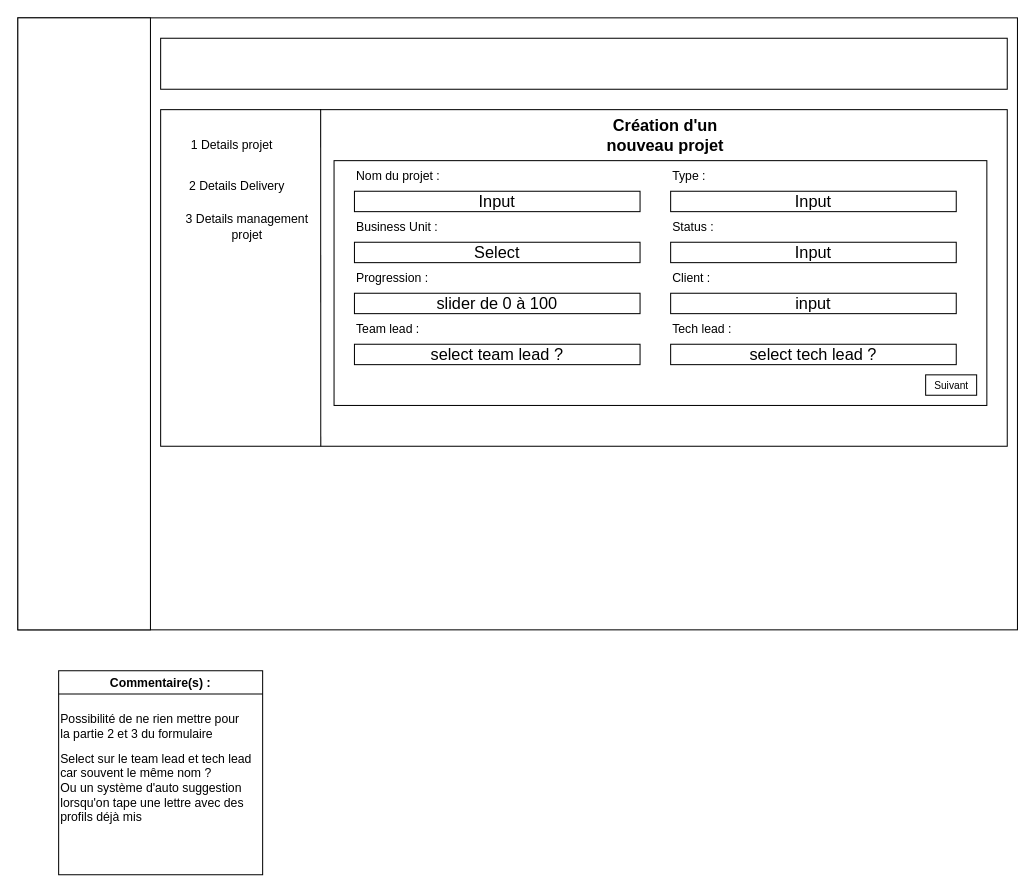
Xurama/Test keeps this draw.io diagram as page "Ajout gestion projet form page 1" (6 of 7) of Untitled Diagram.drawio. Above is the earlier version. Source tidied: cells renumbered, new cells numbered last; positions are measured from the earlier drawing's top-left corner, leaving out a move shared by most shapes. Both pictures are drawn from the tidied source at 102%, with x=0, y=0 at pixel (17, 17).
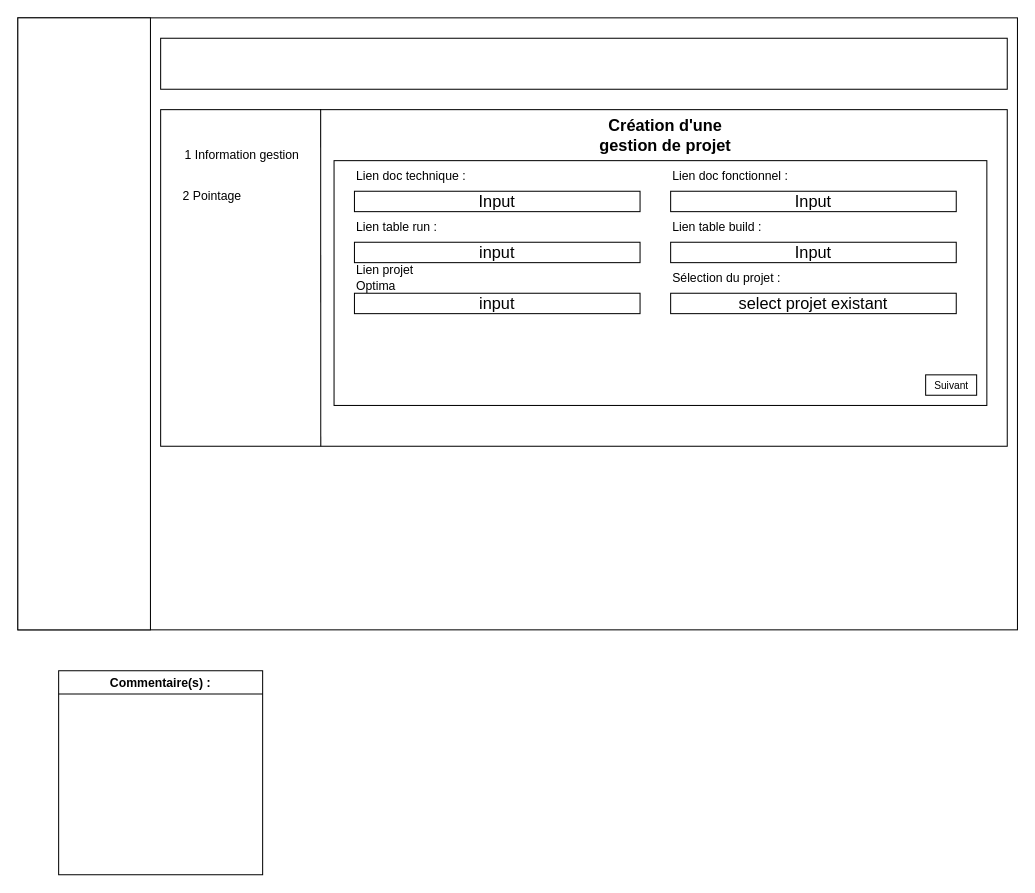
The same diagram, later.

The change refers to these unchanged cells:
```xml
<mxCell id="25" value="Commentaire(s) :" style="swimlane;fontSize=12;" parent="1" vertex="1">
  <mxGeometry x="40" y="640" width="200" height="200" as="geometry" />
</mxCell>
```

What changed in the source:
```diff
@@
-    <mxCell id="7" value="1 Details projet" style="text;html=1;strokeColor=none;fillColor=none;align=center;verticalAlign=middle;whiteSpace=wrap;rounded=0;" parent="1" vertex="1">
-      <mxGeometry x="150" y="110" width="120" height="30" as="geometry" />
+    <mxCell id="7" value="1 Information gestion" style="text;html=1;strokeColor=none;fillColor=none;align=center;verticalAlign=middle;whiteSpace=wrap;rounded=0;" parent="1" vertex="1">
+      <mxGeometry x="160" y="120" width="120" height="30" as="geometry" />
     </mxCell>
-    <mxCell id="8" value="2 Details Delivery" style="text;html=1;strokeColor=none;fillColor=none;align=center;verticalAlign=middle;whiteSpace=wrap;rounded=0;" parent="1" vertex="1">
-      <mxGeometry x="160" y="150" width="110" height="30" as="geometry" />
+    <mxCell id="8" value="2 Pointage" style="text;html=1;strokeColor=none;fillColor=none;align=left;verticalAlign=middle;whiteSpace=wrap;rounded=0;" parent="1" vertex="1">
+      <mxGeometry x="160" y="160" width="110" height="30" as="geometry" />
     </mxCell>
-    <mxCell id="9" value="3 Details management projet" style="text;html=1;strokeColor=none;fillColor=none;align=center;verticalAlign=middle;whiteSpace=wrap;rounded=0;" parent="1" vertex="1">
-      <mxGeometry x="160" y="190" width="130" height="30" as="geometry" />
-    </mxCell>
-    <mxCell id="10" value="&lt;b&gt;&lt;font style=&quot;font-size: 16px;&quot;&gt;Création d'un nouveau projet&lt;/font&gt;&lt;/b&gt;" style="text;html=1;strokeColor=none;fillColor=none;align=center;verticalAlign=middle;whiteSpace=wrap;rounded=0;" parent="1" vertex="1">
+    <mxCell id="10" value="&lt;b&gt;&lt;font style=&quot;font-size: 16px;&quot;&gt;Création d'une gestion de projet&lt;/font&gt;&lt;/b&gt;" style="text;html=1;strokeColor=none;fillColor=none;align=center;verticalAlign=middle;whiteSpace=wrap;rounded=0;" parent="1" vertex="1">
       <mxGeometry x="550" y="100" width="170" height="30" as="geometry" />
     </mxCell>
@@
-    <mxCell id="14" value="Select" style="rounded=0;whiteSpace=wrap;html=1;fontSize=16;" parent="1" vertex="1">
+    <mxCell id="14" value="input" style="rounded=0;whiteSpace=wrap;html=1;fontSize=16;" parent="1" vertex="1">
       <mxGeometry x="330" y="220" width="280" height="20" as="geometry" />
     </mxCell>
-    <mxCell id="15" value="slider de 0 à 100" style="rounded=0;whiteSpace=wrap;html=1;fontSize=16;" parent="1" vertex="1">
+    <mxCell id="15" value="input" style="rounded=0;whiteSpace=wrap;html=1;fontSize=16;" parent="1" vertex="1">
       <mxGeometry x="330" y="270" width="280" height="20" as="geometry" />
     </mxCell>
@@
-    <mxCell id="17" value="select tech lead ?" style="rounded=0;whiteSpace=wrap;html=1;fontSize=16;" parent="1" vertex="1">
-      <mxGeometry x="640" y="320" width="280" height="20" as="geometry" />
-    </mxCell>
-    <mxCell id="18" value="select team lead ?" style="rounded=0;whiteSpace=wrap;html=1;fontSize=16;" parent="1" vertex="1">
-      <mxGeometry x="330" y="320" width="280" height="20" as="geometry" />
-    </mxCell>
-    <mxCell id="19" value="input" style="rounded=0;whiteSpace=wrap;html=1;fontSize=16;" parent="1" vertex="1">
+    <mxCell id="19" value="select projet existant" style="rounded=0;whiteSpace=wrap;html=1;fontSize=16;" parent="1" vertex="1">
       <mxGeometry x="640" y="270" width="280" height="20" as="geometry" />
     </mxCell>
@@
-    <mxCell id="22" value="Nom du projet :" style="text;html=1;strokeColor=none;fillColor=none;align=left;verticalAlign=middle;whiteSpace=wrap;rounded=0;fontSize=12;" parent="1" vertex="1">
-      <mxGeometry x="330" y="140" width="100" height="30" as="geometry" />
+    <mxCell id="22" value="Lien doc technique :" style="text;html=1;strokeColor=none;fillColor=none;align=left;verticalAlign=middle;whiteSpace=wrap;rounded=0;fontSize=12;" parent="1" vertex="1">
+      <mxGeometry x="330" y="140" width="140" height="30" as="geometry" />
     </mxCell>
-    <mxCell id="23" value="Type :" style="text;html=1;strokeColor=none;fillColor=none;align=left;verticalAlign=middle;whiteSpace=wrap;rounded=0;fontSize=12;" parent="1" vertex="1">
-      <mxGeometry x="640" y="140" width="60" height="30" as="geometry" />
+    <mxCell id="23" value="Lien doc fonctionnel :" style="text;html=1;strokeColor=none;fillColor=none;align=left;verticalAlign=middle;whiteSpace=wrap;rounded=0;fontSize=12;" parent="1" vertex="1">
+      <mxGeometry x="640" y="140" width="140" height="30" as="geometry" />
     </mxCell>
-    <mxCell id="24" value="Business Unit :" style="text;html=1;strokeColor=none;fillColor=none;align=left;verticalAlign=middle;whiteSpace=wrap;rounded=0;fontSize=12;" parent="1" vertex="1">
+    <mxCell id="24" value="Lien table run :" style="text;html=1;strokeColor=none;fillColor=none;align=left;verticalAlign=middle;whiteSpace=wrap;rounded=0;fontSize=12;" parent="1" vertex="1">
       <mxGeometry x="330" y="190" width="90" height="30" as="geometry" />
     </mxCell>
@@
-    <mxCell id="26" value="Possibilité de ne rien mettre pour&lt;br&gt;la partie 2 et 3 du formulaire" style="text;html=1;align=left;verticalAlign=middle;strokeColor=none;fillColor=none;fontSize=12;" parent="25" vertex="1">
-      <mxGeometry y="40" width="190" height="30" as="geometry" />
-    </mxCell>
-    <mxCell id="27" value="Select sur le team lead et tech lead car souvent le même nom ?&amp;nbsp;&lt;br&gt;Ou un système d'auto suggestion lorsqu'on tape une lettre avec des profils déjà mis" style="text;html=1;strokeColor=none;fillColor=none;align=left;verticalAlign=middle;whiteSpace=wrap;rounded=0;fontSize=12;" parent="25" vertex="1">
-      <mxGeometry y="100" width="200" height="30" as="geometry" />
-    </mxCell>
-    <mxCell id="28" value="Status :" style="text;html=1;strokeColor=none;fillColor=none;align=left;verticalAlign=middle;whiteSpace=wrap;rounded=0;fontSize=12;" parent="1" vertex="1">
-      <mxGeometry x="640" y="190" width="90" height="30" as="geometry" />
+    <mxCell id="28" value="Lien table build :" style="text;html=1;strokeColor=none;fillColor=none;align=left;verticalAlign=middle;whiteSpace=wrap;rounded=0;fontSize=12;" parent="1" vertex="1">
+      <mxGeometry x="640" y="190" width="110" height="30" as="geometry" />
     </mxCell>
-    <mxCell id="29" value="Progression :" style="text;html=1;strokeColor=none;fillColor=none;align=left;verticalAlign=middle;whiteSpace=wrap;rounded=0;fontSize=12;" parent="1" vertex="1">
+    <mxCell id="29" value="Lien projet Optima" style="text;html=1;strokeColor=none;fillColor=none;align=left;verticalAlign=middle;whiteSpace=wrap;rounded=0;fontSize=12;" parent="1" vertex="1">
       <mxGeometry x="330" y="240" width="90" height="30" as="geometry" />
     </mxCell>
-    <mxCell id="30" value="Client :" style="text;html=1;strokeColor=none;fillColor=none;align=left;verticalAlign=middle;whiteSpace=wrap;rounded=0;fontSize=12;" parent="1" vertex="1">
-      <mxGeometry x="640" y="240" width="90" height="30" as="geometry" />
+    <mxCell id="30" value="Sélection du projet :" style="text;html=1;strokeColor=none;fillColor=none;align=left;verticalAlign=middle;whiteSpace=wrap;rounded=0;fontSize=12;" parent="1" vertex="1">
+      <mxGeometry x="640" y="240" width="130" height="30" as="geometry" />
     </mxCell>
-    <mxCell id="31" value="Team lead :" style="text;html=1;strokeColor=none;fillColor=none;align=left;verticalAlign=middle;whiteSpace=wrap;rounded=0;fontSize=12;" parent="1" vertex="1">
-      <mxGeometry x="330" y="290" width="90" height="30" as="geometry" />
-    </mxCell>
-    <mxCell id="32" value="Tech lead :" style="text;html=1;strokeColor=none;fillColor=none;align=left;verticalAlign=middle;whiteSpace=wrap;rounded=0;fontSize=12;" parent="1" vertex="1">
-      <mxGeometry x="640" y="290" width="90" height="30" as="geometry" />
-    </mxCell>
```
